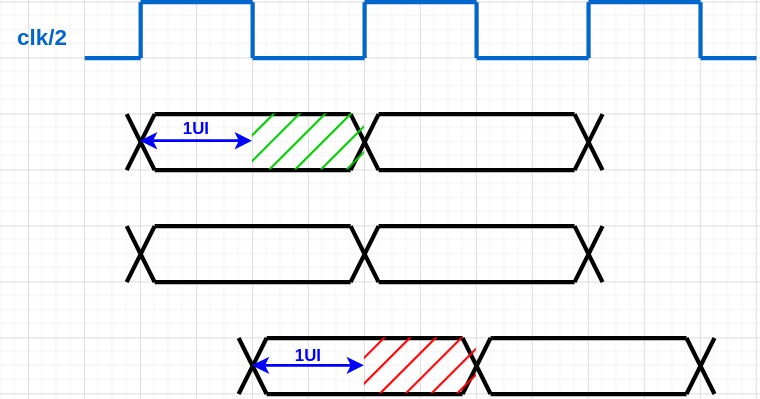
Earlier version of the draw.io export source/_posts/tx/halfrate_tamu.drawio.svg (raytroop/raytroop.github.io). Source tidied: cells renumbered, new cells last; positions are measured from the earlier drawing's top-left corner, leaving out a move shared by most shapes.
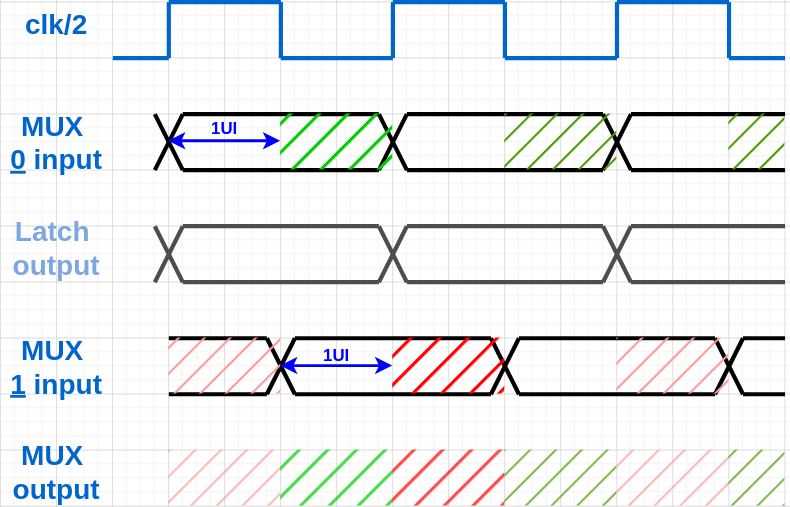
Above is the later version.

Diff of the diagram source:
```diff
@@ -104,25 +104,25 @@
         <mxPoint x="250" y="80" as="targetPoint" />
       </mxGeometry>
     </mxCell>
-    <mxCell id="19" style="endArrow=none;html=1;rounded=0;strokeWidth=3;" parent="1" edge="1">
+    <mxCell id="19" style="endArrow=none;html=1;rounded=0;strokeWidth=3;strokeColor=#4D4D4D;" parent="1" edge="1">
       <mxGeometry relative="1" as="geometry">
         <mxPoint x="90" y="200" as="sourcePoint" />
         <mxPoint x="110" y="160" as="targetPoint" />
       </mxGeometry>
     </mxCell>
-    <mxCell id="20" style="endArrow=none;html=1;rounded=0;strokeWidth=3;" parent="1" edge="1">
+    <mxCell id="20" style="endArrow=none;html=1;rounded=0;strokeWidth=3;strokeColor=#4D4D4D;" parent="1" edge="1">
       <mxGeometry relative="1" as="geometry">
         <mxPoint x="110" y="200" as="sourcePoint" />
         <mxPoint x="90" y="160" as="targetPoint" />
       </mxGeometry>
     </mxCell>
-    <mxCell id="21" style="endArrow=none;html=1;rounded=0;strokeWidth=3;" parent="1" edge="1">
+    <mxCell id="21" style="endArrow=none;html=1;rounded=0;strokeWidth=3;strokeColor=#4D4D4D;" parent="1" edge="1">
       <mxGeometry relative="1" as="geometry">
         <mxPoint x="250" y="200" as="sourcePoint" />
         <mxPoint x="270" y="160" as="targetPoint" />
       </mxGeometry>
     </mxCell>
-    <mxCell id="22" style="endArrow=none;html=1;rounded=0;strokeWidth=3;" parent="1" edge="1">
+    <mxCell id="22" style="endArrow=none;html=1;rounded=0;strokeWidth=3;strokeColor=#4D4D4D;" parent="1" edge="1">
       <mxGeometry relative="1" as="geometry">
         <mxPoint x="270" y="200" as="sourcePoint" />
         <mxPoint x="250" y="160" as="targetPoint" />
@@ -176,13 +176,13 @@
         <mxPoint x="410" y="80" as="targetPoint" />
       </mxGeometry>
     </mxCell>
-    <mxCell id="31" style="endArrow=none;html=1;rounded=0;strokeWidth=3;" parent="1" edge="1">
+    <mxCell id="31" style="endArrow=none;html=1;rounded=0;strokeWidth=3;strokeColor=#4D4D4D;" parent="1" edge="1">
       <mxGeometry relative="1" as="geometry">
         <mxPoint x="410" y="200" as="sourcePoint" />
         <mxPoint x="430" y="160" as="targetPoint" />
       </mxGeometry>
     </mxCell>
-    <mxCell id="32" style="endArrow=none;html=1;rounded=0;strokeWidth=3;" parent="1" edge="1">
+    <mxCell id="32" style="endArrow=none;html=1;rounded=0;strokeWidth=3;strokeColor=#4D4D4D;" parent="1" edge="1">
       <mxGeometry relative="1" as="geometry">
         <mxPoint x="430" y="200" as="sourcePoint" />
         <mxPoint x="410" y="160" as="targetPoint" />
@@ -212,25 +212,25 @@
         <mxPoint x="410" y="120" as="targetPoint" />
       </mxGeometry>
     </mxCell>
-    <mxCell id="37" style="endArrow=none;html=1;rounded=0;strokeWidth=3;" parent="1" edge="1">
+    <mxCell id="37" style="endArrow=none;html=1;rounded=0;strokeWidth=3;strokeColor=#4D4D4D;" parent="1" edge="1">
       <mxGeometry relative="1" as="geometry">
         <mxPoint x="110" y="160" as="sourcePoint" />
         <mxPoint x="250" y="160" as="targetPoint" />
       </mxGeometry>
     </mxCell>
-    <mxCell id="38" style="endArrow=none;html=1;rounded=0;strokeWidth=3;" parent="1" edge="1">
+    <mxCell id="38" style="endArrow=none;html=1;rounded=0;strokeWidth=3;strokeColor=#4D4D4D;" parent="1" edge="1">
       <mxGeometry relative="1" as="geometry">
         <mxPoint x="110" y="200" as="sourcePoint" />
         <mxPoint x="250" y="200" as="targetPoint" />
       </mxGeometry>
     </mxCell>
-    <mxCell id="39" style="endArrow=none;html=1;rounded=0;strokeWidth=3;" parent="1" edge="1">
+    <mxCell id="39" style="endArrow=none;html=1;rounded=0;strokeWidth=3;strokeColor=#4D4D4D;" parent="1" edge="1">
       <mxGeometry relative="1" as="geometry">
         <mxPoint x="270" y="160" as="sourcePoint" />
         <mxPoint x="410" y="160" as="targetPoint" />
       </mxGeometry>
     </mxCell>
-    <mxCell id="40" style="endArrow=none;html=1;rounded=0;strokeWidth=3;" parent="1" edge="1">
+    <mxCell id="40" style="endArrow=none;html=1;rounded=0;strokeWidth=3;strokeColor=#4D4D4D;" parent="1" edge="1">
       <mxGeometry relative="1" as="geometry">
         <mxPoint x="270" y="200" as="sourcePoint" />
         <mxPoint x="410" y="200" as="targetPoint" />
@@ -260,10 +260,10 @@
         <mxPoint x="490" y="280" as="targetPoint" />
       </mxGeometry>
     </mxCell>
-    <mxCell id="45" style="rounded=0;whiteSpace=wrap;html=1;fillColor=#00CC00;fillStyle=hatch;strokeColor=none;strokeWidth=2;" parent="1" vertex="1">
+    <mxCell id="45" style="rounded=0;whiteSpace=wrap;html=1;fillColor=#00CC00;fillStyle=hatch;strokeColor=none;strokeWidth=3;" parent="1" vertex="1">
       <mxGeometry x="180" y="80" width="80" height="40" as="geometry" />
     </mxCell>
-    <mxCell id="46" style="rounded=0;whiteSpace=wrap;html=1;fillColor=#FF0000;fillStyle=hatch;strokeColor=none;strokeWidth=2;" parent="1" vertex="1">
+    <mxCell id="46" style="rounded=0;whiteSpace=wrap;html=1;fillColor=#FF0000;fillStyle=hatch;strokeColor=none;strokeWidth=3;" parent="1" vertex="1">
       <mxGeometry x="260" y="240" width="80" height="40" as="geometry" />
     </mxCell>
     <mxCell id="47" style="endArrow=classic;startArrow=classic;html=1;rounded=0;strokeColor=#0000FF;strokeWidth=2;" parent="1" edge="1">
@@ -284,8 +284,98 @@
     <mxCell id="50" value="&lt;span style=&quot;color: rgb(0, 0, 255);&quot;&gt;&lt;b&gt;1UI&lt;/b&gt;&lt;/span&gt;" style="text;html=1;whiteSpace=wrap;strokeColor=none;fillColor=none;align=center;verticalAlign=middle;rounded=0;" parent="1" vertex="1">
       <mxGeometry x="190" y="238" width="60" height="30" as="geometry" />
     </mxCell>
-    <mxCell id="51" value="&lt;span style=&quot;color: rgb(0, 102, 204);&quot;&gt;&lt;b&gt;&lt;font style=&quot;font-size: 16px;&quot;&gt;clk/2&lt;/font&gt;&lt;/b&gt;&lt;/span&gt;" style="text;html=1;whiteSpace=wrap;strokeColor=none;fillColor=none;align=center;verticalAlign=middle;rounded=0;" parent="1" vertex="1">
-      <mxGeometry y="10" width="60" height="30" as="geometry" />
+    <mxCell id="51" value="&lt;span style=&quot;color: rgb(0, 102, 204);&quot;&gt;&lt;b&gt;&lt;font style=&quot;font-size: 20px;&quot;&gt;clk/2&lt;/font&gt;&lt;/b&gt;&lt;/span&gt;" style="text;html=1;whiteSpace=wrap;strokeColor=none;fillColor=none;align=center;verticalAlign=middle;rounded=0;" parent="1" vertex="1">
+      <mxGeometry x="-10" width="60" height="30" as="geometry" />
     </mxCell>
+    <mxCell id="52" value="&lt;span style=&quot;color: rgb(0, 102, 204);&quot;&gt;&lt;b&gt;&lt;font style=&quot;font-size: 20px;&quot;&gt;MUX&amp;nbsp;&lt;/font&gt;&lt;/b&gt;&lt;/span&gt;&lt;div&gt;&lt;span style=&quot;color: rgb(0, 102, 204);&quot;&gt;&lt;b&gt;&lt;font style=&quot;font-size: 20px;&quot;&gt;&lt;u&gt;0&lt;/u&gt; input&lt;/font&gt;&lt;/b&gt;&lt;/span&gt;&lt;/div&gt;" style="text;html=1;whiteSpace=wrap;strokeColor=none;fillColor=none;align=center;verticalAlign=middle;rounded=0;" parent="1" vertex="1">
+      <mxGeometry x="-20" y="85" width="80" height="30" as="geometry" />
+    </mxCell>
+    <mxCell id="53" value="&lt;span style=&quot;color: rgb(0, 102, 204);&quot;&gt;&lt;b&gt;&lt;font style=&quot;font-size: 20px;&quot;&gt;MUX&amp;nbsp;&lt;/font&gt;&lt;/b&gt;&lt;/span&gt;&lt;div&gt;&lt;span style=&quot;color: rgb(0, 102, 204);&quot;&gt;&lt;b&gt;&lt;font style=&quot;font-size: 20px;&quot;&gt;&lt;u&gt;1&lt;/u&gt; input&lt;/font&gt;&lt;/b&gt;&lt;/span&gt;&lt;/div&gt;" style="text;html=1;whiteSpace=wrap;strokeColor=none;fillColor=none;align=center;verticalAlign=middle;rounded=0;" parent="1" vertex="1">
+      <mxGeometry x="-20" y="245" width="80" height="30" as="geometry" />
+    </mxCell>
+    <mxCell id="54" value="&lt;span style=&quot;color: rgb(126, 166, 224);&quot;&gt;&lt;b&gt;&lt;font style=&quot;font-size: 20px;&quot;&gt;Latch&amp;nbsp;&lt;/font&gt;&lt;/b&gt;&lt;/span&gt;&lt;div&gt;&lt;span style=&quot;color: rgb(126, 166, 224);&quot;&gt;&lt;b&gt;&lt;font style=&quot;font-size: 20px;&quot;&gt;output&lt;/font&gt;&lt;/b&gt;&lt;/span&gt;&lt;/div&gt;" style="text;html=1;whiteSpace=wrap;strokeColor=none;fillColor=none;align=center;verticalAlign=middle;rounded=0;" parent="1" vertex="1">
+      <mxGeometry x="-20" y="160" width="80" height="30" as="geometry" />
+    </mxCell>
+    <mxCell id="55" style="endArrow=none;html=1;rounded=0;strokeWidth=3;" parent="1" edge="1">
+      <mxGeometry relative="1" as="geometry">
+        <mxPoint x="100" y="280" as="sourcePoint" />
+        <mxPoint x="170" y="280" as="targetPoint" />
+      </mxGeometry>
+    </mxCell>
+    <mxCell id="56" style="endArrow=none;html=1;rounded=0;strokeWidth=3;" parent="1" edge="1">
+      <mxGeometry relative="1" as="geometry">
+        <mxPoint x="100" y="240" as="sourcePoint" />
+        <mxPoint x="170" y="240" as="targetPoint" />
+      </mxGeometry>
+    </mxCell>
+    <mxCell id="57" style="rounded=0;whiteSpace=wrap;html=1;fillColor=#FF9999;fillStyle=hatch;strokeColor=none;strokeWidth=2;" parent="1" vertex="1">
+      <mxGeometry x="100" y="240" width="80" height="40" as="geometry" />
+    </mxCell>
+    <mxCell id="58" style="endArrow=none;html=1;rounded=0;strokeWidth=3;" parent="1" edge="1">
+      <mxGeometry relative="1" as="geometry">
+        <mxPoint x="430" y="80" as="sourcePoint" />
+        <mxPoint x="540" y="80" as="targetPoint" />
+      </mxGeometry>
+    </mxCell>
+    <mxCell id="59" style="endArrow=none;html=1;rounded=0;strokeWidth=3;" parent="1" edge="1">
+      <mxGeometry relative="1" as="geometry">
+        <mxPoint x="430" y="120" as="sourcePoint" />
+        <mxPoint x="540" y="120" as="targetPoint" />
+      </mxGeometry>
+    </mxCell>
+    <mxCell id="60" style="endArrow=none;html=1;rounded=0;strokeWidth=3;strokeColor=#4D4D4D;" parent="1" edge="1">
+      <mxGeometry relative="1" as="geometry">
+        <mxPoint x="430" y="160" as="sourcePoint" />
+        <mxPoint x="540" y="160" as="targetPoint" />
+      </mxGeometry>
+    </mxCell>
+    <mxCell id="61" style="endArrow=none;html=1;rounded=0;strokeWidth=3;strokeColor=#4D4D4D;" parent="1" edge="1">
+      <mxGeometry relative="1" as="geometry">
+        <mxPoint x="430" y="200" as="sourcePoint" />
+        <mxPoint x="540" y="200" as="targetPoint" />
+      </mxGeometry>
+    </mxCell>
+    <mxCell id="62" style="rounded=0;whiteSpace=wrap;html=1;fillColor=#4D9900;fillStyle=hatch;strokeColor=none;strokeWidth=2;" parent="1" vertex="1">
+      <mxGeometry x="500" y="80" width="40" height="40" as="geometry" />
+    </mxCell>
+    <mxCell id="63" style="endArrow=none;html=1;rounded=0;strokeWidth=3;" parent="1" edge="1">
+      <mxGeometry relative="1" as="geometry">
+        <mxPoint x="510" y="240" as="sourcePoint" />
+        <mxPoint x="540" y="240" as="targetPoint" />
+      </mxGeometry>
+    </mxCell>
+    <mxCell id="64" style="endArrow=none;html=1;rounded=0;strokeWidth=3;" parent="1" edge="1">
+      <mxGeometry relative="1" as="geometry">
+        <mxPoint x="510" y="280" as="sourcePoint" />
+        <mxPoint x="540" y="280" as="targetPoint" />
+      </mxGeometry>
+    </mxCell>
+    <mxCell id="65" style="rounded=0;whiteSpace=wrap;html=1;fillColor=#FF9999;fillStyle=hatch;strokeColor=none;strokeWidth=2;" parent="1" vertex="1">
+      <mxGeometry x="420" y="240" width="80" height="40" as="geometry" />
+    </mxCell>
+    <mxCell id="66" style="rounded=0;whiteSpace=wrap;html=1;fillColor=#4D9900;fillStyle=hatch;strokeColor=none;strokeWidth=2;" parent="1" vertex="1">
+      <mxGeometry x="340" y="80" width="80" height="40" as="geometry" />
+    </mxCell>
+    <mxCell id="67" style="rounded=0;whiteSpace=wrap;html=1;fillColor=#FF9999;fillStyle=hatch;strokeColor=none;strokeWidth=2;opacity=70;opacityGroup=1;" parent="1" vertex="1">
+      <mxGeometry x="100" y="320" width="80" height="40" as="geometry" />
+    </mxCell>
+    <mxCell id="68" style="rounded=0;whiteSpace=wrap;html=1;fillColor=#00CC00;fillStyle=hatch;strokeColor=none;strokeWidth=3;opacity=70;opacityGroup=1;" parent="1" vertex="1">
+      <mxGeometry x="180" y="320" width="80" height="40" as="geometry" />
+    </mxCell>
+    <mxCell id="69" style="rounded=0;whiteSpace=wrap;html=1;fillColor=#FF0000;fillStyle=hatch;strokeColor=none;strokeWidth=3;opacity=70;opacityGroup=1;" parent="1" vertex="1">
+      <mxGeometry x="260" y="320" width="80" height="40" as="geometry" />
+    </mxCell>
+    <mxCell id="70" style="rounded=0;whiteSpace=wrap;html=1;fillColor=#4D9900;fillStyle=hatch;strokeColor=none;strokeWidth=2;opacity=70;opacityGroup=1;" parent="1" vertex="1">
+      <mxGeometry x="340" y="320" width="80" height="40" as="geometry" />
+    </mxCell>
+    <mxCell id="71" style="rounded=0;whiteSpace=wrap;html=1;fillColor=#FF9999;fillStyle=hatch;strokeColor=none;strokeWidth=2;opacity=70;opacityGroup=1;" parent="1" vertex="1">
+      <mxGeometry x="420" y="320" width="80" height="40" as="geometry" />
+    </mxCell>
+    <mxCell id="72" style="rounded=0;whiteSpace=wrap;html=1;fillColor=#4D9900;fillStyle=hatch;strokeColor=none;strokeWidth=2;opacity=70;opacityGroup=1;" parent="1" vertex="1">
+      <mxGeometry x="500" y="320" width="40" height="40" as="geometry" />
+    </mxCell>
+    <mxCell id="73" value="&lt;span style=&quot;color: rgb(0, 102, 204);&quot;&gt;&lt;b&gt;&lt;font style=&quot;font-size: 20px;&quot;&gt;MUX&amp;nbsp;&lt;/font&gt;&lt;/b&gt;&lt;/span&gt;&lt;div&gt;&lt;font color=&quot;#0066cc&quot;&gt;&lt;span style=&quot;font-size: 20px;&quot;&gt;&lt;b&gt;output&lt;/b&gt;&lt;/span&gt;&lt;/font&gt;&lt;/div&gt;" style="text;html=1;whiteSpace=wrap;strokeColor=none;fillColor=none;align=center;verticalAlign=middle;rounded=0;" parent="1" vertex="1">
+      <mxGeometry x="-20" y="320" width="80" height="30" as="geometry" />
+    </mxCell>
   </root>
 </mxGraphModel>
```
